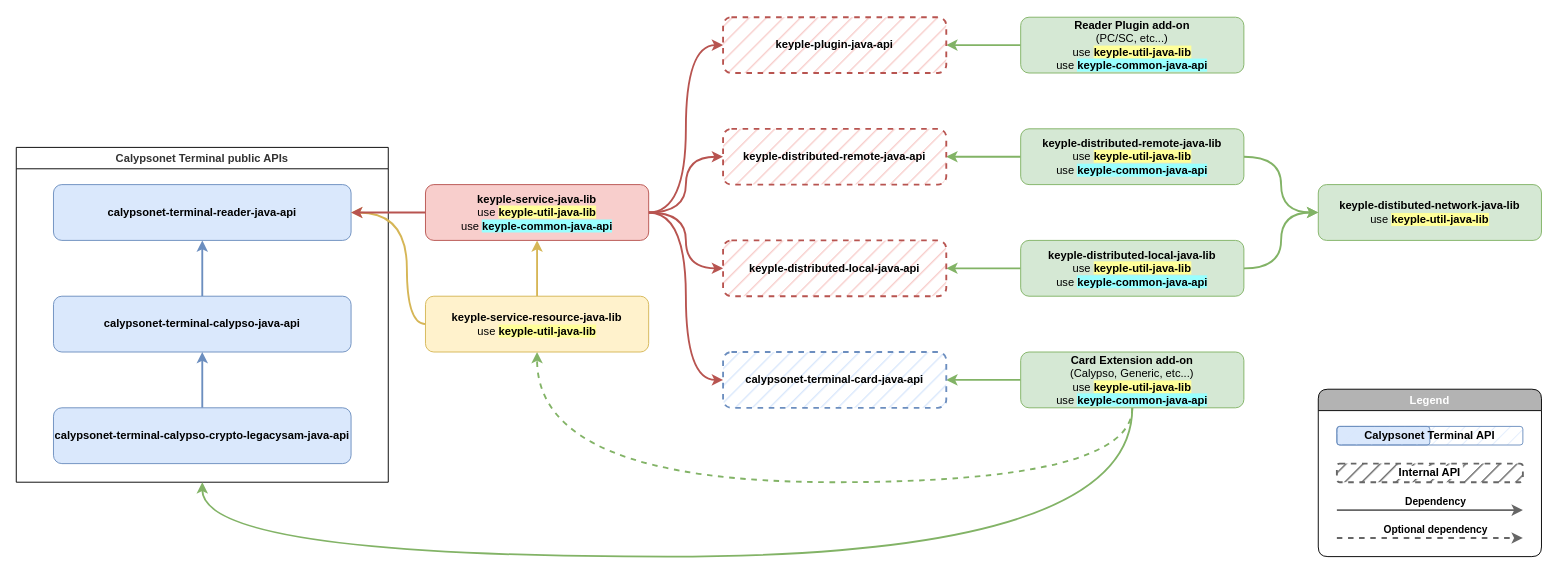
This is media/learn/developer-guide/component-dependencies/component_dependencies_overview.drawio from eclipse-keyple/keyple-website, a draw.io file, before an edit. Source tidied: cells renumbered, new cells numbered last; positions are measured from the earlier drawing's top-left corner, leaving out a move shared by most shapes. Both pictures are drawn from the tidied source at 93%, with x=0, y=0 at pixel (16, 17).
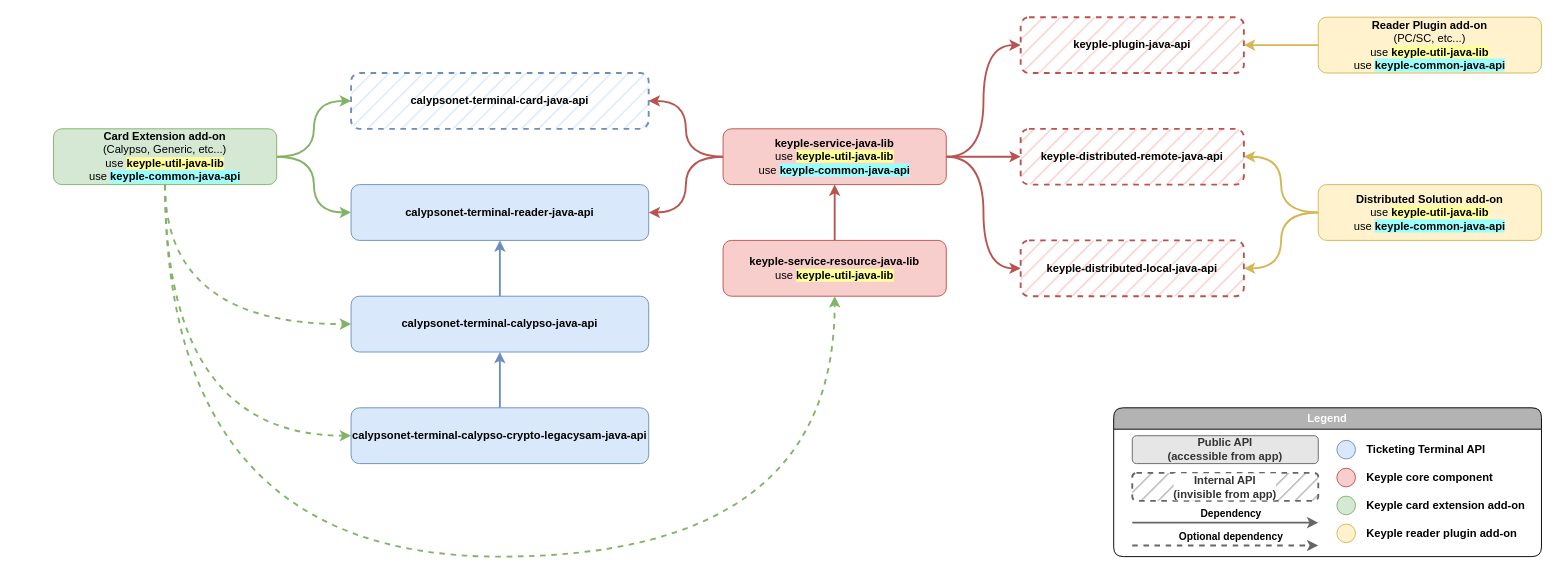
The same page after the edit.

Change to the diagram source:
```diff
@@
-    <mxCell id="2" value="Calypsonet Terminal public APIs" style="swimlane;whiteSpace=wrap;html=1;fillColor=none;fontColor=#333333;strokeColor=#000000;fillStyle=auto;swimlaneFillColor=none;" parent="1" vertex="1">
-      <mxGeometry y="140" width="400" height="360" as="geometry" />
-    </mxCell>
-    <mxCell id="3" style="edgeStyle=orthogonalEdgeStyle;rounded=0;orthogonalLoop=1;jettySize=auto;html=1;exitX=0;exitY=0.5;exitDx=0;exitDy=0;entryX=1;entryY=0.5;entryDx=0;entryDy=0;fillColor=#dae8fc;strokeColor=#6c8ebf;strokeWidth=2;" parent="2" edge="1">
-      <mxGeometry relative="1" as="geometry">
-        <mxPoint x="293" y="150" as="targetPoint" />
-      </mxGeometry>
-    </mxCell>
-    <mxCell id="4" style="edgeStyle=orthogonalEdgeStyle;orthogonalLoop=1;jettySize=auto;html=1;entryX=1;entryY=0.5;entryDx=0;entryDy=0;exitX=0.5;exitY=0;exitDx=0;exitDy=0;curved=1;fillColor=#dae8fc;strokeColor=#6c8ebf;strokeWidth=2;" parent="2" edge="1">
-      <mxGeometry relative="1" as="geometry">
-        <mxPoint x="136" y="70" as="targetPoint" />
-      </mxGeometry>
-    </mxCell>
-    <mxCell id="5" style="edgeStyle=orthogonalEdgeStyle;orthogonalLoop=1;jettySize=auto;html=1;entryX=0.75;entryY=1;entryDx=0;entryDy=0;curved=1;fillColor=#dae8fc;strokeColor=#6c8ebf;strokeWidth=2;" parent="2" edge="1">
-      <mxGeometry relative="1" as="geometry">
-        <mxPoint x="106" y="100" as="targetPoint" />
-      </mxGeometry>
-    </mxCell>
-    <mxCell id="6" value="calypsonet-terminal-reader-java-api" style="rounded=1;whiteSpace=wrap;html=1;fillColor=#dae8fc;strokeColor=#6c8ebf;fontStyle=1;" parent="2" vertex="1">
-      <mxGeometry x="40" y="40" width="320" height="60" as="geometry" />
-    </mxCell>
-    <mxCell id="7" style="edgeStyle=orthogonalEdgeStyle;curved=1;jettySize=auto;html=1;exitX=0.5;exitY=0;exitDx=0;exitDy=0;entryX=0.5;entryY=1;entryDx=0;entryDy=0;strokeWidth=2;fillColor=#dae8fc;strokeColor=#6c8ebf;" parent="2" edge="1" source="8" target="6">
-      <mxGeometry relative="1" as="geometry" />
-    </mxCell>
-    <mxCell id="8" value="calypsonet-terminal-calypso-java-api" style="rounded=1;whiteSpace=wrap;html=1;fillColor=#dae8fc;strokeColor=#6c8ebf;fontStyle=1;" parent="2" vertex="1">
-      <mxGeometry x="40" y="160" width="320" height="60" as="geometry" />
-    </mxCell>
-    <mxCell id="9" style="edgeStyle=orthogonalEdgeStyle;curved=1;jettySize=auto;html=1;exitX=0.5;exitY=0;exitDx=0;exitDy=0;entryX=0.5;entryY=1;entryDx=0;entryDy=0;strokeWidth=2;fillColor=#dae8fc;strokeColor=#6c8ebf;" parent="2" edge="1" source="10" target="8">
-      <mxGeometry relative="1" as="geometry" />
-    </mxCell>
-    <mxCell id="10" value="calypsonet-terminal-calypso-crypto-legacysam-java-api" style="rounded=1;whiteSpace=wrap;html=1;fillColor=#dae8fc;strokeColor=#6c8ebf;fontStyle=1;" parent="2" vertex="1">
-      <mxGeometry x="40" y="280" width="320" height="60" as="geometry" />
-    </mxCell>
-    <mxCell id="11" style="edgeStyle=orthogonalEdgeStyle;curved=1;jettySize=auto;html=1;exitX=0;exitY=0.5;exitDx=0;exitDy=0;entryX=1;entryY=0.5;entryDx=0;entryDy=0;strokeWidth=2;fillColor=#d5e8d4;strokeColor=#82b366;" parent="1" edge="1" source="12" target="34">
+    <mxCell id="11" style="edgeStyle=orthogonalEdgeStyle;curved=1;jettySize=auto;html=1;exitX=0;exitY=0.5;exitDx=0;exitDy=0;entryX=1;entryY=0.5;entryDx=0;entryDy=0;strokeWidth=2;fillColor=#fff2cc;strokeColor=#d6b656;" parent="1" edge="1" source="12" target="34">
       <mxGeometry relative="1" as="geometry" />
     </mxCell>
-    <mxCell id="12" value="&lt;b&gt;Reader Plugin add-on&lt;/b&gt;&lt;br&gt;(PC/SC, etc...)&lt;br&gt;use &lt;b style=&quot;background-color: rgb(255, 255, 153);&quot;&gt;keyple-util-java-lib&lt;/b&gt;&lt;br&gt;use &lt;b style=&quot;background-color: rgb(153, 255, 255);&quot;&gt;keyple-common-java-api&lt;/b&gt;" style="rounded=1;whiteSpace=wrap;html=1;fillColor=#d5e8d4;strokeColor=#82b366;fontStyle=0;" parent="1" vertex="1">
-      <mxGeometry x="1080" width="240" height="60" as="geometry" />
+    <mxCell id="12" value="&lt;b&gt;Reader Plugin add-on&lt;/b&gt;&lt;br&gt;(PC/SC, etc...)&lt;br&gt;use &lt;b style=&quot;background-color: rgb(255, 255, 153);&quot;&gt;keyple-util-java-lib&lt;/b&gt;&lt;br&gt;use &lt;b style=&quot;background-color: rgb(153, 255, 255);&quot;&gt;keyple-common-java-api&lt;/b&gt;" style="rounded=1;whiteSpace=wrap;html=1;fillColor=#fff2cc;strokeColor=#d6b656;fontStyle=0;" parent="1" vertex="1">
+      <mxGeometry x="1400" width="240" height="60" as="geometry" />
     </mxCell>
-    <mxCell id="13" style="edgeStyle=orthogonalEdgeStyle;curved=1;jettySize=auto;html=1;exitX=0;exitY=0.5;exitDx=0;exitDy=0;entryX=1;entryY=0.5;entryDx=0;entryDy=0;strokeWidth=2;fillColor=#d5e8d4;strokeColor=#82b366;" parent="1" edge="1" source="16" target="33">
-      <mxGeometry relative="1" as="geometry" />
-    </mxCell>
-    <mxCell id="14" style="edgeStyle=orthogonalEdgeStyle;curved=1;jettySize=auto;html=1;exitX=0.5;exitY=1;exitDx=0;exitDy=0;entryX=0.5;entryY=1;entryDx=0;entryDy=0;strokeWidth=2;fillColor=#d5e8d4;strokeColor=#82b366;dashed=1;" parent="1" edge="1" source="16" target="19">
-      <mxGeometry relative="1" as="geometry">
-        <Array as="points">
-          <mxPoint x="1200" y="500" />
-          <mxPoint x="560" y="500" />
-        </Array>
-      </mxGeometry>
-    </mxCell>
-    <mxCell id="15" style="edgeStyle=orthogonalEdgeStyle;curved=1;jettySize=auto;html=1;exitX=0.5;exitY=1;exitDx=0;exitDy=0;entryX=0.5;entryY=1;entryDx=0;entryDy=0;strokeWidth=2;fillColor=#d5e8d4;strokeColor=#82b366;" parent="1" edge="1" source="16" target="2">
-      <mxGeometry relative="1" as="geometry">
-        <Array as="points">
-          <mxPoint x="1200" y="580" />
-          <mxPoint x="200" y="580" />
-        </Array>
-      </mxGeometry>
-    </mxCell>
-    <mxCell id="16" value="&lt;b&gt;Card Extension add-on&lt;/b&gt;&lt;br&gt;(Calypso, Generic, etc...)&lt;br&gt;use &lt;b style=&quot;background-color: rgb(255, 255, 153);&quot;&gt;keyple-util-java-lib&lt;/b&gt;&lt;br&gt;use &lt;b style=&quot;background-color: rgb(153, 255, 255);&quot;&gt;keyple-common-java-api&lt;/b&gt;" style="rounded=1;whiteSpace=wrap;html=1;fillColor=#d5e8d4;strokeColor=#82b366;fontStyle=0;" parent="1" vertex="1">
-      <mxGeometry x="1080" y="360" width="240" height="60" as="geometry" />
-    </mxCell>
-    <mxCell id="17" style="edgeStyle=orthogonalEdgeStyle;jettySize=auto;html=1;exitX=0.5;exitY=0;exitDx=0;exitDy=0;entryX=0.5;entryY=1;entryDx=0;entryDy=0;strokeWidth=2;fillColor=#fff2cc;strokeColor=#d6b656;curved=1;" parent="1" edge="1" source="19" target="25">
+    <mxCell id="17" style="edgeStyle=orthogonalEdgeStyle;jettySize=auto;html=1;exitX=0.5;exitY=0;exitDx=0;exitDy=0;entryX=0.5;entryY=1;entryDx=0;entryDy=0;strokeWidth=2;fillColor=#f8cecc;strokeColor=#b85450;curved=1;" parent="1" edge="1" source="19" target="25">
       <mxGeometry relative="1" as="geometry" />
     </mxCell>
-    <mxCell id="18" style="edgeStyle=orthogonalEdgeStyle;curved=1;jettySize=auto;html=1;exitX=0;exitY=0.5;exitDx=0;exitDy=0;entryX=1;entryY=0.5;entryDx=0;entryDy=0;strokeWidth=2;fillColor=#fff2cc;strokeColor=#d6b656;" parent="1" edge="1" source="19" target="6">
-      <mxGeometry relative="1" as="geometry">
-        <Array as="points">
-          <mxPoint x="420" y="330" />
-          <mxPoint x="420" y="210" />
-        </Array>
-      </mxGeometry>
-    </mxCell>
-    <mxCell id="19" value="&lt;b&gt;keyple-service-resource-java-lib&lt;/b&gt;&lt;br&gt;use &lt;b style=&quot;background-color: rgb(255, 255, 153);&quot;&gt;keyple-util-java-lib&lt;/b&gt;" style="rounded=1;whiteSpace=wrap;html=1;fillColor=#fff2cc;strokeColor=#d6b656;fontStyle=0;" parent="1" vertex="1">
-      <mxGeometry x="440" y="300" width="240" height="60" as="geometry" />
+    <mxCell id="19" value="&lt;b&gt;keyple-service-resource-java-lib&lt;/b&gt;&lt;br&gt;use &lt;b style=&quot;background-color: rgb(255, 255, 153);&quot;&gt;keyple-util-java-lib&lt;/b&gt;" style="rounded=1;whiteSpace=wrap;html=1;fillColor=#f8cecc;strokeColor=#b85450;fontStyle=0;" parent="1" vertex="1">
+      <mxGeometry x="760" y="240" width="240" height="60" as="geometry" />
     </mxCell>
-    <mxCell id="20" style="edgeStyle=orthogonalEdgeStyle;jettySize=auto;html=1;exitX=0;exitY=0.5;exitDx=0;exitDy=0;entryX=1;entryY=0.5;entryDx=0;entryDy=0;fillColor=#f8cecc;strokeColor=#b85450;strokeWidth=2;curved=1;" parent="1" edge="1" source="25" target="6">
-      <mxGeometry relative="1" as="geometry" />
-    </mxCell>
@@
-    <mxCell id="24" style="edgeStyle=orthogonalEdgeStyle;curved=1;jettySize=auto;html=1;exitX=1;exitY=0.5;exitDx=0;exitDy=0;entryX=0;entryY=0.5;entryDx=0;entryDy=0;strokeWidth=2;fillColor=#f8cecc;strokeColor=#b85450;" parent="1" edge="1" source="25" target="33">
+    <mxCell id="24" style="edgeStyle=orthogonalEdgeStyle;curved=1;jettySize=auto;html=1;exitX=0;exitY=0.5;exitDx=0;exitDy=0;entryX=1;entryY=0.5;entryDx=0;entryDy=0;strokeWidth=2;fillColor=#f8cecc;strokeColor=#b85450;" parent="1" edge="1" source="25" target="33">
       <mxGeometry relative="1" as="geometry" />
     </mxCell>
+    <mxCell id="20" style="edgeStyle=orthogonalEdgeStyle;curved=1;jettySize=auto;html=1;exitX=0;exitY=0.5;exitDx=0;exitDy=0;entryX=1;entryY=0.5;entryDx=0;entryDy=0;strokeWidth=2;fillColor=#f8cecc;strokeColor=#b85450;" parent="1" edge="1" source="25" target="6">
+      <mxGeometry relative="1" as="geometry" />
+    </mxCell>
     <mxCell id="25" value="&lt;b&gt;keyple-service-java-lib&lt;/b&gt;&lt;br&gt;use &lt;b style=&quot;background-color: rgb(255, 255, 153);&quot;&gt;keyple-util-java-lib&lt;/b&gt;&lt;br&gt;use &lt;b style=&quot;background-color: rgb(153, 255, 255);&quot;&gt;keyple-common-java-api&lt;/b&gt;" style="rounded=1;whiteSpace=wrap;html=1;fillColor=#f8cecc;strokeColor=#b85450;fontStyle=0;" parent="1" vertex="1">
-      <mxGeometry x="440" y="180" width="240" height="60" as="geometry" />
+      <mxGeometry x="760" y="120" width="240" height="60" as="geometry" />
     </mxCell>
-    <mxCell id="26" value="&lt;b&gt;keyple-distibuted-network-java-lib&lt;/b&gt;&lt;br&gt;use &lt;b style=&quot;background-color: rgb(255, 255, 153);&quot;&gt;keyple-util-java-lib&lt;/b&gt;" style="rounded=1;whiteSpace=wrap;html=1;fillColor=#d5e8d4;strokeColor=#82b366;fontStyle=0;" parent="1" vertex="1">
-      <mxGeometry x="1400" y="180" width="240" height="60" as="geometry" />
-    </mxCell>
-    <mxCell id="27" style="edgeStyle=orthogonalEdgeStyle;curved=1;jettySize=auto;html=1;exitX=0;exitY=0.5;exitDx=0;exitDy=0;entryX=1;entryY=0.5;entryDx=0;entryDy=0;strokeWidth=2;fillColor=#d5e8d4;strokeColor=#82b366;" parent="1" edge="1" source="29" target="36">
-      <mxGeometry relative="1" as="geometry" />
-    </mxCell>
-    <mxCell id="28" style="edgeStyle=orthogonalEdgeStyle;curved=1;jettySize=auto;html=1;exitX=1;exitY=0.5;exitDx=0;exitDy=0;entryX=0;entryY=0.5;entryDx=0;entryDy=0;strokeWidth=2;fillColor=#d5e8d4;strokeColor=#82b366;" parent="1" edge="1" source="29" target="26">
-      <mxGeometry relative="1" as="geometry" />
-    </mxCell>
-    <mxCell id="29" value="&lt;b&gt;keyple-distributed-local-java-lib&lt;/b&gt;&lt;br&gt;use &lt;b style=&quot;background-color: rgb(255, 255, 153);&quot;&gt;keyple-util-java-lib&lt;/b&gt;&lt;br&gt;use &lt;b style=&quot;background-color: rgb(153, 255, 255);&quot;&gt;keyple-common-java-api&lt;/b&gt;" style="rounded=1;whiteSpace=wrap;html=1;fillColor=#d5e8d4;strokeColor=#82b366;fontStyle=0;" parent="1" vertex="1">
-      <mxGeometry x="1080" y="240" width="240" height="60" as="geometry" />
-    </mxCell>
-    <mxCell id="30" style="edgeStyle=orthogonalEdgeStyle;curved=1;jettySize=auto;html=1;exitX=0;exitY=0.5;exitDx=0;exitDy=0;entryX=1;entryY=0.5;entryDx=0;entryDy=0;strokeWidth=2;fillColor=#d5e8d4;strokeColor=#82b366;" parent="1" edge="1" source="32" target="35">
+    <mxCell id="30" style="edgeStyle=orthogonalEdgeStyle;curved=1;jettySize=auto;html=1;exitX=0;exitY=0.5;exitDx=0;exitDy=0;entryX=1;entryY=0.5;entryDx=0;entryDy=0;strokeWidth=2;fillColor=#fff2cc;strokeColor=#d6b656;" parent="1" edge="1" source="32" target="35">
       <mxGeometry relative="1" as="geometry" />
     </mxCell>
-    <mxCell id="31" style="edgeStyle=orthogonalEdgeStyle;curved=1;jettySize=auto;html=1;exitX=1;exitY=0.5;exitDx=0;exitDy=0;entryX=0;entryY=0.5;entryDx=0;entryDy=0;strokeWidth=2;fillColor=#d5e8d4;strokeColor=#82b366;" parent="1" edge="1" source="32" target="26">
-      <mxGeometry relative="1" as="geometry" />
-    </mxCell>
+    <mxCell id="45" style="edgeStyle=orthogonalEdgeStyle;jettySize=auto;html=1;exitX=0;exitY=0.5;exitDx=0;exitDy=0;entryX=1;entryY=0.5;entryDx=0;entryDy=0;curved=1;fillColor=#fff2cc;strokeColor=#d6b656;strokeWidth=2;" parent="1" edge="1" source="32" target="36">
+      <mxGeometry relative="1" as="geometry" />
+    </mxCell>
-    <mxCell id="32" value="&lt;b&gt;keyple-distributed-remote-java-lib&lt;/b&gt;&lt;br&gt;use &lt;b style=&quot;background-color: rgb(255, 255, 153);&quot;&gt;keyple-util-java-lib&lt;/b&gt;&lt;br&gt;use &lt;b style=&quot;background-color: rgb(153, 255, 255);&quot;&gt;keyple-common-java-api&lt;/b&gt;" style="rounded=1;whiteSpace=wrap;html=1;fillColor=#d5e8d4;strokeColor=#82b366;fontStyle=0;" parent="1" vertex="1">
-      <mxGeometry x="1080" y="120" width="240" height="60" as="geometry" />
+    <mxCell id="32" value="&lt;b&gt;Distributed Solution add-on&lt;/b&gt;&lt;br&gt;use &lt;b style=&quot;background-color: rgb(255, 255, 153);&quot;&gt;keyple-util-java-lib&lt;/b&gt;&lt;br&gt;use &lt;b style=&quot;background-color: rgb(153, 255, 255);&quot;&gt;keyple-common-java-api&lt;/b&gt;" style="rounded=1;whiteSpace=wrap;html=1;fillColor=#fff2cc;strokeColor=#d6b656;fontStyle=0;" parent="1" vertex="1">
+      <mxGeometry x="1400" y="180" width="240" height="60" as="geometry" />
     </mxCell>
-    <mxCell id="33" value="calypsonet-terminal-card-java-api" style="rounded=1;whiteSpace=wrap;html=1;fillColor=#dae8fc;strokeColor=#6c8ebf;fontStyle=1;dashed=1;fillStyle=hatch;gradientColor=none;strokeWidth=2;" parent="1" vertex="1">
-      <mxGeometry x="760" y="360" width="240" height="60" as="geometry" />
-    </mxCell>
     <mxCell id="34" value="keyple-plugin-java-api" style="rounded=1;whiteSpace=wrap;html=1;fillColor=#f8cecc;strokeColor=#b85450;fontStyle=1;dashed=1;fillStyle=hatch;glass=0;shadow=0;perimeterSpacing=0;strokeWidth=2;" parent="1" vertex="1">
-      <mxGeometry x="760" width="240" height="60" as="geometry" />
+      <mxGeometry x="1080" width="240" height="60" as="geometry" />
     </mxCell>
     <mxCell id="35" value="keyple-distributed-remote-java-api" style="rounded=1;whiteSpace=wrap;html=1;fillColor=#f8cecc;strokeColor=#b85450;fontStyle=1;dashed=1;strokeWidth=2;fillStyle=hatch;" parent="1" vertex="1">
-      <mxGeometry x="760" y="120" width="240" height="60" as="geometry" />
+      <mxGeometry x="1080" y="120" width="240" height="60" as="geometry" />
     </mxCell>
     <mxCell id="36" value="keyple-distributed-local-java-api" style="rounded=1;whiteSpace=wrap;html=1;fillColor=#f8cecc;strokeColor=#b85450;fontStyle=1;dashed=1;strokeWidth=2;fillStyle=hatch;" parent="1" vertex="1">
-      <mxGeometry x="760" y="240" width="240" height="60" as="geometry" />
+      <mxGeometry x="1080" y="240" width="240" height="60" as="geometry" />
     </mxCell>
     <mxCell id="37" value="Legend" style="swimlane;whiteSpace=wrap;html=1;shadow=0;glass=0;labelBackgroundColor=#B3B3B3;fillStyle=auto;strokeWidth=1;fillColor=#B3B3B3;gradientColor=none;rounded=1;swimlaneFillColor=none;swimlaneLine=1;fontColor=#FFFFFF;" parent="1" vertex="1">
-      <mxGeometry x="1400" y="400" width="240" height="180" as="geometry" />
+      <mxGeometry x="1180" y="420" width="460" height="160" as="geometry" />
     </mxCell>
-    <mxCell id="38" style="rounded=1;whiteSpace=wrap;html=1;fillColor=#dae8fc;strokeColor=#6c8ebf;fontStyle=1;" parent="37" vertex="1">
-      <mxGeometry x="20" y="40" width="100" height="20" as="geometry" />
-    </mxCell>
-    <mxCell id="39" value="Calypsonet Terminal API" style="rounded=1;whiteSpace=wrap;html=1;fillColor=#dae8fc;strokeColor=#6c8ebf;fontStyle=1;strokeWidth=1;fillStyle=hatch;" parent="37" vertex="1">
-      <mxGeometry x="20" y="40" width="200" height="20" as="geometry" />
-    </mxCell>
     <mxCell id="40" style="endArrow=classic;html=1;strokeWidth=2;curved=1;strokeColor=#666666;" parent="37" edge="1">
       <mxGeometry relative="1" as="geometry">
-        <mxPoint x="20" y="130" as="sourcePoint" />
-        <mxPoint x="220" y="130" as="targetPoint" />
+        <mxPoint x="20" y="123.5" as="sourcePoint" />
+        <mxPoint x="220" y="123.5" as="targetPoint" />
       </mxGeometry>
     </mxCell>
@@
+    <mxCell id="46" value="Public API&lt;br&gt;(accessible from app)" style="rounded=1;whiteSpace=wrap;html=1;fillColor=#E6E6E6;strokeColor=#666666;fontStyle=1;strokeWidth=1;fillStyle=auto;fontColor=#333333;gradientColor=none;labelBackgroundColor=none;" parent="37" vertex="1">
+      <mxGeometry x="20" y="30" width="200" height="30" as="geometry" />
+    </mxCell>
+    <mxCell id="47" value="Internal API&lt;br&gt;(invisible from app)" style="rounded=1;whiteSpace=wrap;html=1;fillColor=#B3B3B3;strokeColor=#666666;fontStyle=1;strokeWidth=2;fillStyle=hatch;fontColor=#333333;gradientColor=none;dashed=1;labelBackgroundColor=default;" parent="37" vertex="1">
+      <mxGeometry x="20" y="70" width="200" height="30" as="geometry" />
+    </mxCell>
+    <mxCell id="48" style="ellipse;whiteSpace=wrap;html=1;fillColor=#dae8fc;strokeColor=#6c8ebf;strokeWidth=1;" parent="37" vertex="1">
+      <mxGeometry x="240" y="35" width="20" height="20" as="geometry" />
+    </mxCell>
+    <mxCell id="49" value="Ticketing Terminal API" style="text;html=1;strokeColor=none;fillColor=none;align=left;verticalAlign=middle;whiteSpace=wrap;rounded=0;strokeWidth=1;fontStyle=1;" parent="37" vertex="1">
+      <mxGeometry x="270" y="30" width="180" height="30" as="geometry" />
+    </mxCell>
+    <mxCell id="50" style="ellipse;whiteSpace=wrap;html=1;fillColor=#f8cecc;strokeColor=#b85450;strokeWidth=1;" parent="37" vertex="1">
+      <mxGeometry x="240" y="65" width="20" height="20" as="geometry" />
+    </mxCell>
+    <mxCell id="51" value="Keyple core component" style="text;html=1;strokeColor=none;fillColor=none;align=left;verticalAlign=middle;whiteSpace=wrap;rounded=0;strokeWidth=1;fontStyle=1;" parent="37" vertex="1">
+      <mxGeometry x="270" y="60" width="180" height="30" as="geometry" />
+    </mxCell>
+    <mxCell id="52" style="ellipse;whiteSpace=wrap;html=1;fillColor=#d5e8d4;strokeColor=#82b366;strokeWidth=1;" parent="37" vertex="1">
+      <mxGeometry x="240" y="95" width="20" height="20" as="geometry" />
+    </mxCell>
+    <mxCell id="53" value="Keyple card extension add-on" style="text;html=1;strokeColor=none;fillColor=none;align=left;verticalAlign=middle;whiteSpace=wrap;rounded=0;strokeWidth=1;fontStyle=1;" parent="37" vertex="1">
+      <mxGeometry x="270" y="90" width="180" height="30" as="geometry" />
+    </mxCell>
+    <mxCell id="54" style="ellipse;whiteSpace=wrap;html=1;fillColor=#fff2cc;strokeColor=#d6b656;strokeWidth=1;" parent="37" vertex="1">
+      <mxGeometry x="240" y="125" width="20" height="20" as="geometry" />
+    </mxCell>
+    <mxCell id="55" value="Keyple reader plugin add-on" style="text;html=1;strokeColor=none;fillColor=none;align=left;verticalAlign=middle;whiteSpace=wrap;rounded=0;strokeWidth=1;fontStyle=1;" parent="37" vertex="1">
+      <mxGeometry x="270" y="120" width="180" height="30" as="geometry" />
+    </mxCell>
     <mxCell id="42" style="endArrow=classic;html=1;strokeWidth=2;curved=1;dashed=1;strokeColor=#666666;" parent="37" edge="1">
       <mxGeometry relative="1" as="geometry">
-        <mxPoint x="20" y="160" as="sourcePoint" />
-        <mxPoint x="220" y="160" as="targetPoint" />
+        <mxPoint x="20" y="148" as="sourcePoint" />
+        <mxPoint x="220" y="148" as="targetPoint" />
       </mxGeometry>
     </mxCell>
@@
-    <mxCell id="44" value="&lt;span style=&quot;background-color: rgb(255, 255, 255);&quot;&gt;&amp;nbsp;Internal API&amp;nbsp;&lt;/span&gt;" style="rounded=1;whiteSpace=wrap;html=1;fillColor=#666666;strokeColor=#666666;fontStyle=1;dashed=1;strokeWidth=2;fillStyle=hatch;" parent="37" vertex="1">
-      <mxGeometry x="20" y="80" width="200" height="20" as="geometry" />
-    </mxCell>
+    <mxCell id="9" style="edgeStyle=orthogonalEdgeStyle;curved=1;jettySize=auto;html=1;exitX=0.5;exitY=0;exitDx=0;exitDy=0;entryX=0.5;entryY=1;entryDx=0;entryDy=0;strokeWidth=2;fillColor=#dae8fc;strokeColor=#6c8ebf;" parent="1" edge="1" source="10" target="8">
+      <mxGeometry relative="1" as="geometry" />
+    </mxCell>
+    <mxCell id="10" value="calypsonet-terminal-calypso-crypto-legacysam-java-api" style="rounded=1;whiteSpace=wrap;html=1;fillColor=#dae8fc;strokeColor=#6c8ebf;fontStyle=1;" parent="1" vertex="1">
+      <mxGeometry x="360" y="420" width="320" height="60" as="geometry" />
+    </mxCell>
+    <mxCell id="7" style="edgeStyle=orthogonalEdgeStyle;curved=1;jettySize=auto;html=1;exitX=0.5;exitY=0;exitDx=0;exitDy=0;entryX=0.5;entryY=1;entryDx=0;entryDy=0;strokeWidth=2;fillColor=#dae8fc;strokeColor=#6c8ebf;" parent="1" edge="1" source="8" target="6">
+      <mxGeometry relative="1" as="geometry" />
+    </mxCell>
+    <mxCell id="8" value="calypsonet-terminal-calypso-java-api" style="rounded=1;whiteSpace=wrap;html=1;fillColor=#dae8fc;strokeColor=#6c8ebf;fontStyle=1;" parent="1" vertex="1">
+      <mxGeometry x="360" y="300" width="320" height="60" as="geometry" />
+    </mxCell>
+    <mxCell id="6" value="calypsonet-terminal-reader-java-api" style="rounded=1;whiteSpace=wrap;html=1;fillColor=#dae8fc;strokeColor=#6c8ebf;fontStyle=1;" parent="1" vertex="1">
+      <mxGeometry x="360" y="180" width="320" height="60" as="geometry" />
+    </mxCell>
+    <mxCell id="33" value="calypsonet-terminal-card-java-api" style="rounded=1;whiteSpace=wrap;html=1;fillColor=#dae8fc;strokeColor=#6c8ebf;fontStyle=1;dashed=1;fillStyle=hatch;gradientColor=none;strokeWidth=2;" parent="1" vertex="1">
+      <mxGeometry x="360" y="60" width="320" height="60" as="geometry" />
+    </mxCell>
+    <mxCell id="13" style="edgeStyle=orthogonalEdgeStyle;curved=1;jettySize=auto;html=1;exitX=1;exitY=0.5;exitDx=0;exitDy=0;entryX=0;entryY=0.5;entryDx=0;entryDy=0;strokeWidth=2;fillColor=#d5e8d4;strokeColor=#82b366;" parent="1" edge="1" source="16" target="33">
+      <mxGeometry relative="1" as="geometry" />
+    </mxCell>
+    <mxCell id="56" style="edgeStyle=orthogonalEdgeStyle;curved=1;jettySize=auto;html=1;exitX=1;exitY=0.5;exitDx=0;exitDy=0;entryX=0;entryY=0.5;entryDx=0;entryDy=0;strokeWidth=2;fillColor=#d5e8d4;strokeColor=#82b366;" parent="1" edge="1" source="16" target="6">
+      <mxGeometry relative="1" as="geometry" />
+    </mxCell>
+    <mxCell id="57" style="edgeStyle=orthogonalEdgeStyle;curved=1;jettySize=auto;html=1;exitX=0.5;exitY=1;exitDx=0;exitDy=0;entryX=0;entryY=0.5;entryDx=0;entryDy=0;strokeWidth=2;fillColor=#d5e8d4;strokeColor=#82b366;dashed=1;" parent="1" edge="1" source="16" target="8">
+      <mxGeometry relative="1" as="geometry" />
+    </mxCell>
+    <mxCell id="58" style="edgeStyle=orthogonalEdgeStyle;curved=1;jettySize=auto;html=1;exitX=0.5;exitY=1;exitDx=0;exitDy=0;entryX=0;entryY=0.5;entryDx=0;entryDy=0;dashed=1;strokeWidth=2;fillColor=#d5e8d4;strokeColor=#82b366;" parent="1" edge="1" source="16" target="10">
+      <mxGeometry relative="1" as="geometry" />
+    </mxCell>
+    <mxCell id="14" style="edgeStyle=orthogonalEdgeStyle;curved=1;jettySize=auto;html=1;exitX=0.5;exitY=1;exitDx=0;exitDy=0;entryX=0.5;entryY=1;entryDx=0;entryDy=0;dashed=1;strokeWidth=2;fillColor=#d5e8d4;strokeColor=#82b366;" parent="1" edge="1" source="16" target="19">
+      <mxGeometry relative="1" as="geometry">
+        <Array as="points">
+          <mxPoint x="160" y="580" />
+          <mxPoint x="880" y="580" />
+        </Array>
+      </mxGeometry>
+    </mxCell>
+    <mxCell id="16" value="&lt;b&gt;Card Extension add-on&lt;/b&gt;&lt;br&gt;(Calypso, Generic, etc...)&lt;br&gt;use &lt;b style=&quot;background-color: rgb(255, 255, 153);&quot;&gt;keyple-util-java-lib&lt;/b&gt;&lt;br&gt;use &lt;b style=&quot;background-color: rgb(153, 255, 255);&quot;&gt;keyple-common-java-api&lt;/b&gt;" style="rounded=1;whiteSpace=wrap;html=1;fillColor=#d5e8d4;strokeColor=#82b366;fontStyle=0;" parent="1" vertex="1">
+      <mxGeometry x="40" y="120" width="240" height="60" as="geometry" />
+    </mxCell>
```
